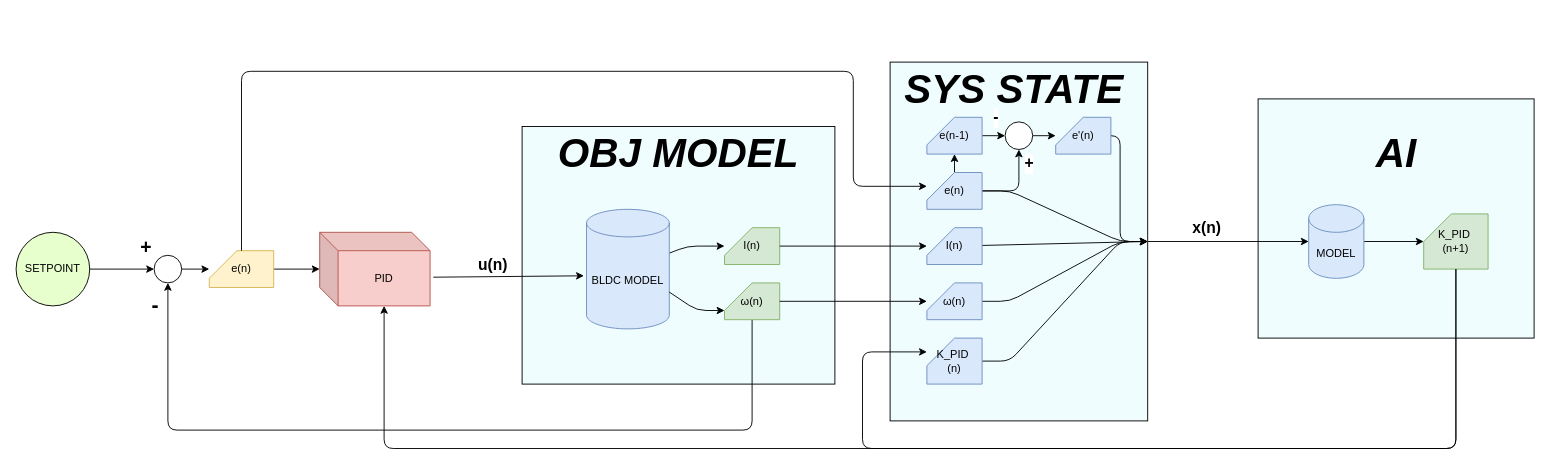
Earlier version of the draw.io diagram docs/system_atchitecture.drawio (Dawid-Robak-IG/AD_raPIDas). Source tidied: cells renumbered, new cells numbered last; positions are measured from the earlier drawing's top-left corner, leaving out a move shared by most shapes. Both pictures are drawn from the tidied source at 92%, with x=0, y=0 at pixel (16, 62).
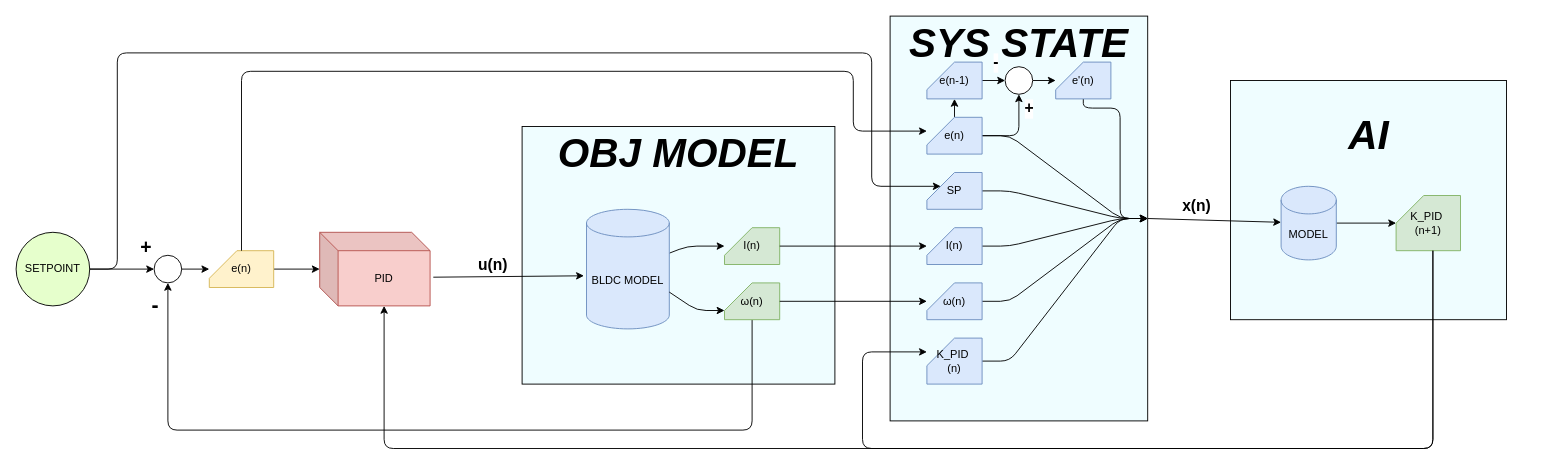
The same diagram, later.

Commit message (it also covers changes not shown here):
update system arch diagram

The change refers to these unchanged cells:
```xml
<mxCell id="10" value="PID" style="shape=cube;whiteSpace=wrap;html=1;boundedLbl=1;backgroundOutline=1;darkOpacity=0.05;darkOpacity2=0.1;fillColor=#f8cecc;strokeColor=#b85450;" parent="1" vertex="1">
  <mxGeometry x="330" y="185" width="120" height="80" as="geometry" />
</mxCell>
<mxCell id="22" value="SETPOINT" style="ellipse;whiteSpace=wrap;html=1;fillColor=#E6FFCC;" parent="1" vertex="1">
  <mxGeometry y="185" width="80" height="80" as="geometry" />
</mxCell>
<mxCell id="26" value="e(n)" style="shape=card;whiteSpace=wrap;html=1;fillColor=#fff2cc;strokeColor=#d6b656;" parent="1" vertex="1">
  <mxGeometry x="210" y="205" width="70" height="40" as="geometry" />
</mxCell>
<mxCell id="32" value="I(n)" style="shape=card;whiteSpace=wrap;html=1;fillColor=#dae8fc;strokeColor=#6c8ebf;" parent="1" vertex="1">
  <mxGeometry x="990" y="180" width="60" height="40" as="geometry" />
</mxCell>
```

Diff of the diagram source:
```diff
@@
     <mxCell id="3" style="rounded=0;whiteSpace=wrap;html=1;fillColor=#EFFDFF;" parent="1" vertex="1">
-      <mxGeometry x="1350" y="40" width="300" height="260" as="geometry" />
+      <mxGeometry x="1320" y="20" width="300" height="260" as="geometry" />
     </mxCell>
@@
     <mxCell id="5" value="MODEL" style="shape=cylinder3;whiteSpace=wrap;html=1;boundedLbl=1;backgroundOutline=1;size=15;fillColor=#dae8fc;strokeColor=#6c8ebf;" parent="1" vertex="1">
-      <mxGeometry x="1405" y="155" width="60" height="80" as="geometry" />
+      <mxGeometry x="1375" y="135" width="60" height="80" as="geometry" />
     </mxCell>
     <mxCell id="6" value="K_PID&amp;nbsp;&lt;div&gt;(n+1)&lt;/div&gt;" style="shape=card;whiteSpace=wrap;html=1;fillColor=#d5e8d4;strokeColor=#82b366;" parent="1" vertex="1">
-      <mxGeometry x="1530" y="165" width="70" height="60" as="geometry" />
+      <mxGeometry x="1500" y="145" width="70" height="60" as="geometry" />
     </mxCell>
     <mxCell id="7" value="&lt;b&gt;&lt;i&gt;&lt;font style=&quot;font-size: 44px;&quot;&gt;AI&lt;/font&gt;&lt;/i&gt;&lt;/b&gt;" style="text;html=1;align=center;verticalAlign=middle;whiteSpace=wrap;rounded=0;" parent="1" vertex="1">
-      <mxGeometry x="1452.5" y="80" width="95" height="40" as="geometry" />
+      <mxGeometry x="1422.5" y="60" width="95" height="40" as="geometry" />
     </mxCell>
@@
     <mxCell id="19" style="edgeStyle=orthogonalEdgeStyle;html=1;entryX=0;entryY=0;entryDx=70;entryDy=80;entryPerimeter=0;" parent="1" edge="1" source="6" target="10">
       <mxGeometry relative="1" as="geometry">
         <Array as="points">
-          <mxPoint x="1565" y="420" />
+          <mxPoint x="1540" y="420" />
           <mxPoint x="400" y="420" />
         </Array>
       </mxGeometry>
     </mxCell>
@@
     <mxCell id="29" style="rounded=0;whiteSpace=wrap;html=1;fillColor=#EFFDFF;" parent="1" vertex="1">
-      <mxGeometry x="950" width="280" height="390" as="geometry" />
+      <mxGeometry x="950" y="-50" width="280" height="440" as="geometry" />
     </mxCell>
     <mxCell id="30" value="&lt;span style=&quot;font-size: 44px;&quot;&gt;&lt;b&gt;&lt;i&gt;SYS STATE&lt;/i&gt;&lt;/b&gt;&lt;/span&gt;" style="text;html=1;align=center;verticalAlign=middle;whiteSpace=wrap;rounded=0;" parent="1" vertex="1">
-      <mxGeometry x="925" y="10" width="320" height="40" as="geometry" />
+      <mxGeometry x="930" y="-40" width="320" height="40" as="geometry" />
     </mxCell>
-    <mxCell id="31" style="edgeStyle=none;html=1;entryX=1;entryY=0.5;entryDx=0;entryDy=0;" parent="1" edge="1" source="32" target="29">
+    <mxCell id="31" style="edgeStyle=entityRelationEdgeStyle;html=1;entryX=1;entryY=0.5;entryDx=0;entryDy=0;" parent="1" edge="1" source="32" target="29">
       <mxGeometry relative="1" as="geometry" />
     </mxCell>
@@
     <mxCell id="42" value="e(n)" style="shape=card;whiteSpace=wrap;html=1;fillColor=#dae8fc;strokeColor=#6c8ebf;" parent="1" vertex="1">
-      <mxGeometry x="990" y="120" width="60" height="40" as="geometry" />
+      <mxGeometry x="990" y="60" width="60" height="40" as="geometry" />
     </mxCell>
@@
     <mxCell id="46" value="e(n-1)" style="shape=card;whiteSpace=wrap;html=1;fillColor=#dae8fc;strokeColor=#6c8ebf;" parent="1" vertex="1">
-      <mxGeometry x="990" y="60" width="60" height="40" as="geometry" />
+      <mxGeometry x="990" width="60" height="40" as="geometry" />
     </mxCell>
-    <mxCell id="47" style="edgeStyle=orthogonalEdgeStyle;html=1;entryX=1;entryY=0.5;entryDx=0;entryDy=0;exitX=0.5;exitY=1;exitDx=0;exitDy=0;exitPerimeter=0;" parent="1" edge="1" source="48" target="29">
+    <mxCell id="47" style="edgeStyle=orthogonalEdgeStyle;html=1;entryX=1;entryY=0.5;entryDx=0;entryDy=0;" parent="1" edge="1" source="48" target="29">
       <mxGeometry relative="1" as="geometry">
         <Array as="points">
-          <mxPoint x="1160" y="80" />
-          <mxPoint x="1200" y="80" />
-          <mxPoint x="1200" y="195" />
+          <mxPoint x="1160" y="50" />
+          <mxPoint x="1200" y="50" />
+          <mxPoint x="1200" y="170" />
         </Array>
       </mxGeometry>
     </mxCell>
     <mxCell id="48" value="e'(n)" style="shape=card;whiteSpace=wrap;html=1;fillColor=#dae8fc;strokeColor=#6c8ebf;" parent="1" vertex="1">
-      <mxGeometry x="1130" y="60" width="60" height="40" as="geometry" />
+      <mxGeometry x="1130" width="60" height="40" as="geometry" />
     </mxCell>
@@
     <mxCell id="50" style="ellipse;whiteSpace=wrap;html=1;" parent="1" vertex="1">
-      <mxGeometry x="1075" y="65" width="30" height="30" as="geometry" />
+      <mxGeometry x="1075" y="5" width="30" height="30" as="geometry" />
     </mxCell>
@@
-    <mxCell id="53" style="edgeStyle=orthogonalEdgeStyle;html=1;" parent="1" edge="1" source="26" target="42">
+    <mxCell id="53" style="edgeStyle=orthogonalEdgeStyle;html=1;" parent="1" edge="1" source="26">
       <mxGeometry relative="1" as="geometry">
+        <mxPoint x="990" y="75" as="targetPoint" />
         <Array as="points">
           <mxPoint x="245" y="10" />
           <mxPoint x="910" y="10" />
-          <mxPoint x="910" y="135" />
+          <mxPoint x="910" y="75" />
         </Array>
       </mxGeometry>
     </mxCell>
     <mxCell id="54" style="edgeStyle=orthogonalEdgeStyle;html=1;" parent="1" edge="1" source="6">
       <mxGeometry relative="1" as="geometry">
         <mxPoint x="990" y="315" as="targetPoint" />
         <Array as="points">
-          <mxPoint x="1565" y="420" />
+          <mxPoint x="1540" y="420" />
           <mxPoint x="920" y="420" />
           <mxPoint x="920" y="315" />
         </Array>
       </mxGeometry>
     </mxCell>
+    <mxCell id="55" style="edgeStyle=entityRelationEdgeStyle;html=1;" parent="1" edge="1" source="56">
+      <mxGeometry relative="1" as="geometry">
+        <mxPoint x="1230" y="170" as="targetPoint" />
+      </mxGeometry>
+    </mxCell>
+    <mxCell id="56" value="SP" style="shape=card;whiteSpace=wrap;html=1;fillColor=#dae8fc;strokeColor=#6c8ebf;" parent="1" vertex="1">
+      <mxGeometry x="990" y="120" width="60" height="40" as="geometry" />
+    </mxCell>
+    <mxCell id="57" style="edgeStyle=orthogonalEdgeStyle;html=1;entryX=0;entryY=0;entryDx=15;entryDy=15;entryPerimeter=0;" parent="1" edge="1" source="22" target="56">
+      <mxGeometry relative="1" as="geometry">
+        <Array as="points">
+          <mxPoint x="110" y="225" />
+          <mxPoint x="110" y="-10" />
+          <mxPoint x="930" y="-10" />
+          <mxPoint x="930" y="135" />
+        </Array>
+      </mxGeometry>
+    </mxCell>
```
